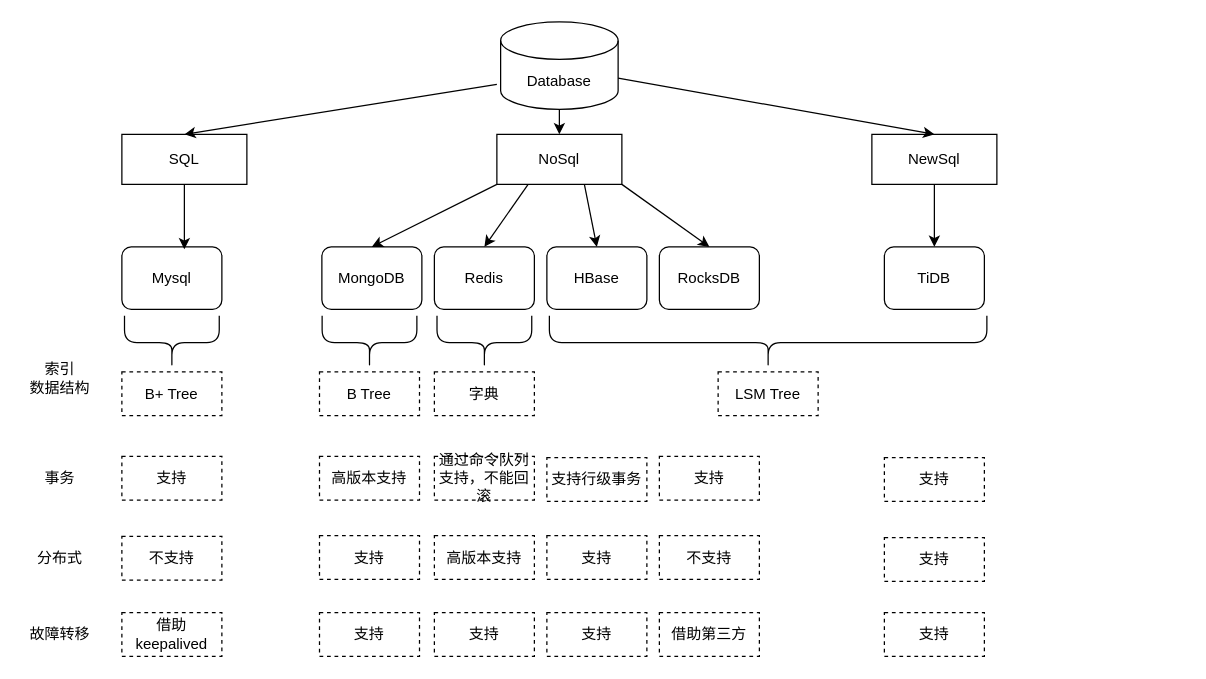
Above: DataBase.drawio in gmarcinek91/DZQCXY (draw.io), before the change. Source tidied: cells renumbered, new cells numbered last; positions are measured from the earlier drawing's top-left corner, leaving out a move shared by most shapes. Both pictures are drawn from the tidied source at 125%, with x=0, y=0 at pixel (21, 21).
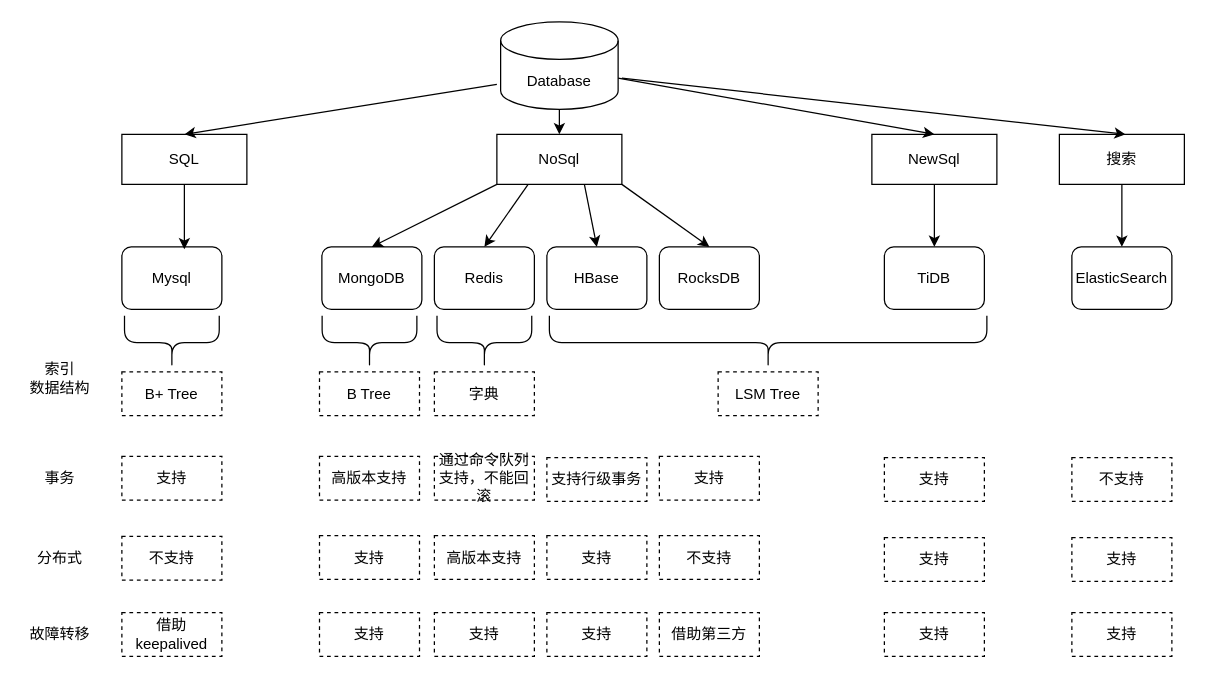
The same diagram, later.

What changed in the source:
```diff
@@
+    <mxCell id="51" value="搜索" style="rounded=0;whiteSpace=wrap;html=1;" parent="1" vertex="1">
+      <mxGeometry x="830" y="90" width="100" height="40" as="geometry" />
+    </mxCell>
+    <mxCell id="52" style="endArrow=classic;html=1;entryX=0.5;entryY=0;entryDx=0;entryDy=0;" parent="1" edge="1">
+      <mxGeometry relative="1" as="geometry">
+        <mxPoint x="480" y="45" as="sourcePoint" />
+        <mxPoint x="883" y="90" as="targetPoint" />
+      </mxGeometry>
+    </mxCell>
+    <mxCell id="53" value="ElasticSearch" style="rounded=1;whiteSpace=wrap;html=1;" parent="1" vertex="1">
+      <mxGeometry x="840" y="180" width="80" height="50" as="geometry" />
+    </mxCell>
+    <mxCell id="54" style="endArrow=classic;html=1;entryX=0.5;entryY=0;entryDx=0;entryDy=0;exitX=0.5;exitY=1;exitDx=0;exitDy=0;" parent="1" edge="1" source="51" target="53">
+      <mxGeometry relative="1" as="geometry" />
+    </mxCell>
+    <mxCell id="55" value="不支持" style="rounded=0;whiteSpace=wrap;html=1;dashed=1;" parent="1" vertex="1">
+      <mxGeometry x="840" y="348.5" width="80" height="35" as="geometry" />
+    </mxCell>
+    <mxCell id="56" value="支持" style="rounded=0;whiteSpace=wrap;html=1;dashed=1;" parent="1" vertex="1">
+      <mxGeometry x="840" y="412.5" width="80" height="35" as="geometry" />
+    </mxCell>
+    <mxCell id="57" value="支持" style="rounded=0;whiteSpace=wrap;html=1;dashed=1;" parent="1" vertex="1">
+      <mxGeometry x="840" y="472.5" width="80" height="35" as="geometry" />
+    </mxCell>
```
